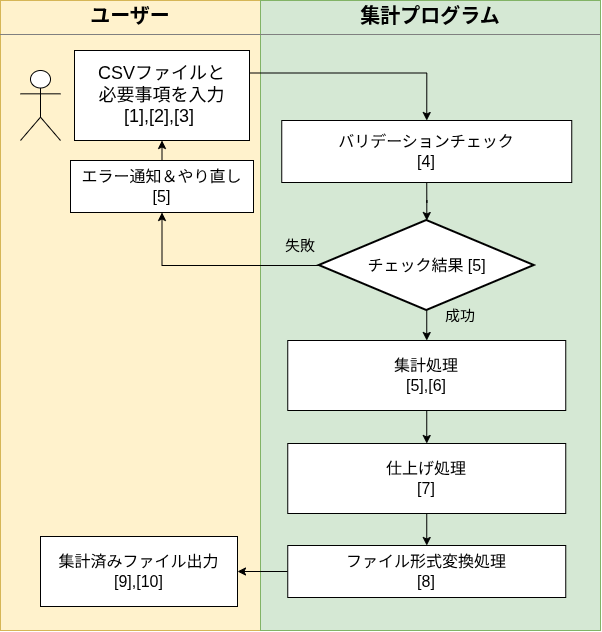
The draw.io diagram process-flow-drawio.png in kimurad101/WeatherDataTotalizer-standalone, before a commit. Source tidied: cells renumbered, new cells last; positions are measured from the earlier drawing's top-left corner, leaving out a move shared by most shapes.
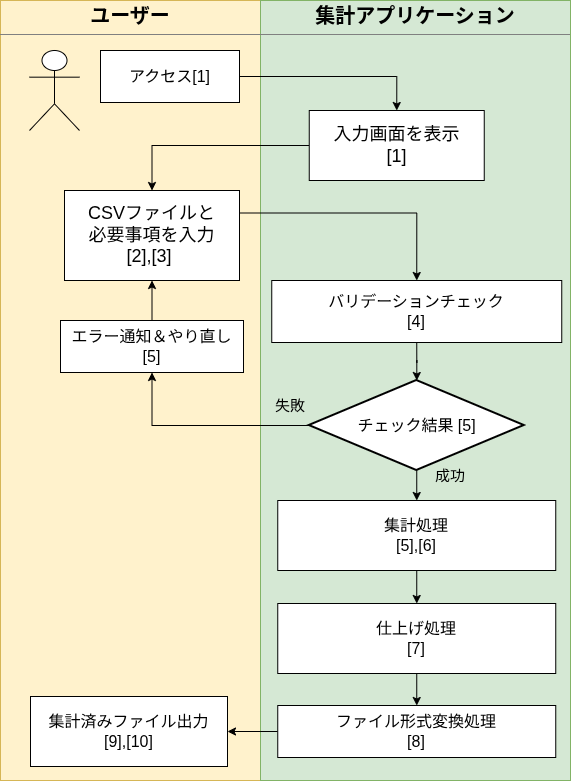
After the change.

Commit message:
フロー図を修正。

The edit, as a diff of the source:
```diff
@@ -3,13 +3,13 @@
     <mxCell id="0" />
     <mxCell id="1" parent="0" />
     <mxCell id="2" value="&lt;p style=&quot;margin:0px;margin-top:4px;text-align:center;&quot;&gt;&lt;b&gt;&lt;font style=&quot;font-size: 20px;&quot;&gt;ユーザー&lt;/font&gt;&lt;/b&gt;&lt;/p&gt;&lt;hr size=&quot;1&quot; style=&quot;border-style:solid;&quot;&gt;&lt;div style=&quot;height:2px;&quot;&gt;&lt;/div&gt;" style="verticalAlign=top;align=left;overflow=fill;html=1;whiteSpace=wrap;fillColor=#fff2cc;strokeColor=#d6b656;" parent="1" vertex="1">
-      <mxGeometry width="260" height="630" as="geometry" />
+      <mxGeometry x="10" y="-160" width="260" height="780" as="geometry" />
     </mxCell>
-    <mxCell id="3" value="&lt;p style=&quot;margin:0px;margin-top:4px;text-align:center;&quot;&gt;&lt;b&gt;&lt;font style=&quot;font-size: 20px;&quot;&gt;集計プログラム&lt;/font&gt;&lt;/b&gt;&lt;/p&gt;&lt;hr size=&quot;1&quot; style=&quot;border-style:solid;&quot;&gt;&lt;div style=&quot;height:2px;&quot;&gt;&lt;/div&gt;" style="verticalAlign=top;align=left;overflow=fill;html=1;whiteSpace=wrap;fillColor=#d5e8d4;strokeColor=#82b366;" parent="1" vertex="1">
-      <mxGeometry x="260" width="340" height="630" as="geometry" />
+    <mxCell id="3" value="&lt;p style=&quot;margin:0px;margin-top:4px;text-align:center;&quot;&gt;&lt;b&gt;&lt;font style=&quot;font-size: 20px;&quot;&gt;集計アプリケーション&lt;/font&gt;&lt;/b&gt;&lt;/p&gt;&lt;hr size=&quot;1&quot; style=&quot;border-style:solid;&quot;&gt;&lt;div style=&quot;height:2px;&quot;&gt;&lt;/div&gt;" style="verticalAlign=top;align=left;overflow=fill;html=1;whiteSpace=wrap;fillColor=#d5e8d4;strokeColor=#82b366;" parent="1" vertex="1">
+      <mxGeometry x="270" y="-160" width="310" height="780" as="geometry" />
     </mxCell>
     <mxCell id="4" style="shape=umlActor;verticalLabelPosition=bottom;verticalAlign=top;html=1;labelPerimeter=1;" parent="1" vertex="1">
-      <mxGeometry x="20" y="70" width="40" height="70" as="geometry" />
+      <mxGeometry x="39" y="-110" width="50" height="80" as="geometry" />
     </mxCell>
     <mxCell id="5" value="エラー通知＆やり直し [5]" style="html=1;whiteSpace=wrap;fontSize=16;" parent="1" vertex="1">
       <mxGeometry x="70" y="160" width="183" height="52" as="geometry" />
@@ -26,8 +26,8 @@
     <mxCell id="9" style="edgeStyle=orthogonalEdgeStyle;rounded=0;jettySize=auto;html=1;exitX=1;exitY=0.25;exitDx=0;exitDy=0;entryX=0.5;entryY=0;entryDx=0;entryDy=0;defaultLabelBackgroundColor=page;" parent="1" edge="1" source="10" target="18">
       <mxGeometry relative="1" as="geometry" />
     </mxCell>
-    <mxCell id="10" value="&lt;span style=&quot;background-color: transparent; font-size: 18px;&quot;&gt;CSVファイルと&lt;/span&gt;&lt;div&gt;&lt;span style=&quot;background-color: transparent; color: light-dark(#000000, var(--ge-light-color, #ffffff)); font-size: 18px;&quot;&gt;必要事項を入力&lt;/span&gt;&lt;/div&gt;&lt;div&gt;&lt;span style=&quot;background-color: transparent; color: light-dark(#000000, var(--ge-light-color, #ffffff)); font-size: 18px;&quot;&gt;[1],[2],[3]&lt;/span&gt;&lt;span style=&quot;background-color: transparent; color: light-dark(#000000, var(--ge-light-color, #ffffff)); font-size: 18px;&quot;&gt;&amp;nbsp;&lt;/span&gt;&lt;/div&gt;" style="html=1;whiteSpace=wrap;fontSize=16;" parent="1" vertex="1">
-      <mxGeometry x="74" y="50" width="175" height="90" as="geometry" />
+    <mxCell id="10" value="&lt;span style=&quot;background-color: transparent; font-size: 18px;&quot;&gt;CSVファイルと&lt;/span&gt;&lt;div&gt;&lt;span style=&quot;background-color: transparent; color: light-dark(#000000, var(--ge-light-color, #ffffff)); font-size: 18px;&quot;&gt;必要事項を入力&lt;/span&gt;&lt;/div&gt;&lt;div&gt;&lt;span style=&quot;background-color: transparent; color: light-dark(#000000, var(--ge-light-color, #ffffff)); font-size: 18px;&quot;&gt;[2],[3]&lt;/span&gt;&lt;span style=&quot;background-color: transparent; color: light-dark(#000000, var(--ge-light-color, #ffffff)); font-size: 18px;&quot;&gt;&amp;nbsp;&lt;/span&gt;&lt;/div&gt;" style="html=1;whiteSpace=wrap;fontSize=16;" parent="1" vertex="1">
+      <mxGeometry x="74" y="30" width="175" height="90" as="geometry" />
     </mxCell>
     <mxCell id="11" value="失敗" style="text;html=1;whiteSpace=wrap;strokeColor=none;fillColor=none;align=center;verticalAlign=middle;rounded=0;fontSize=15;" parent="1" vertex="1">
       <mxGeometry x="270" y="230" width="60" height="30" as="geometry" />
@@ -65,5 +65,17 @@
     <mxCell id="22" value="&lt;div&gt;仕上げ処理&lt;br&gt;&lt;div&gt;[7]&lt;/div&gt;&lt;/div&gt;" style="html=1;whiteSpace=wrap;fontSize=16;" parent="1" vertex="1">
       <mxGeometry x="287.2" y="443" width="278" height="70" as="geometry" />
     </mxCell>
+    <mxCell id="23" style="edgeStyle=orthogonalEdgeStyle;rounded=0;jettySize=auto;html=1;exitX=1;exitY=0.5;exitDx=0;exitDy=0;entryX=0.5;entryY=0;entryDx=0;entryDy=0;defaultLabelBackgroundColor=page;labelPadding=0 4;" parent="1" edge="1" source="24" target="26">
+      <mxGeometry relative="1" as="geometry" />
+    </mxCell>
+    <mxCell id="24" value="アクセス[1]" style="html=1;whiteSpace=wrap;fontSize=16;" parent="1" vertex="1">
+      <mxGeometry x="110" y="-110" width="139" height="52" as="geometry" />
+    </mxCell>
+    <mxCell id="25" style="edgeStyle=orthogonalEdgeStyle;rounded=0;jettySize=auto;html=1;exitX=0;exitY=0.5;exitDx=0;exitDy=0;entryX=0.5;entryY=0;entryDx=0;entryDy=0;defaultLabelBackgroundColor=page;labelPadding=0 4;" parent="1" edge="1" source="26" target="10">
+      <mxGeometry relative="1" as="geometry" />
+    </mxCell>
+    <mxCell id="26" value="&lt;span style=&quot;font-size: 18px;&quot;&gt;入力画面を表示&lt;/span&gt;&lt;br&gt;&lt;div&gt;&lt;span style=&quot;background-color: transparent; color: light-dark(#000000, var(--ge-light-color, #ffffff)); font-size: 18px;&quot;&gt;[1]&lt;/span&gt;&lt;/div&gt;" style="html=1;whiteSpace=wrap;fontSize=16;" parent="1" vertex="1">
+      <mxGeometry x="318.8" y="-50" width="175" height="70" as="geometry" />
+    </mxCell>
   </root>
 </mxGraphModel>
```
